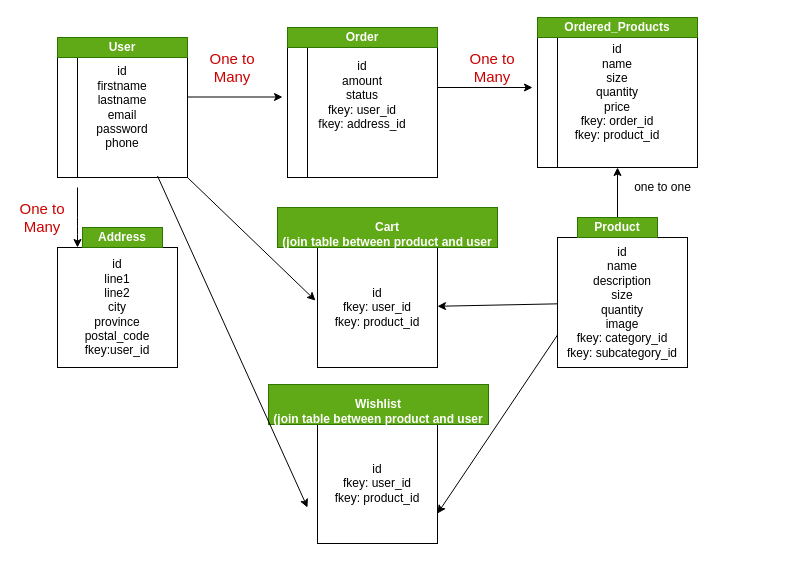
Earlier version of the draw.io diagram Untitled Diagram.drawio (betzmnl03/cluckrapp). Source tidied: cells renumbered, new cells numbered last; positions are measured from the earlier drawing's top-left corner, leaving out a move shared by most shapes. Both pictures are drawn from the tidied source at 100%, with x=0, y=0 at pixel (17, 17).
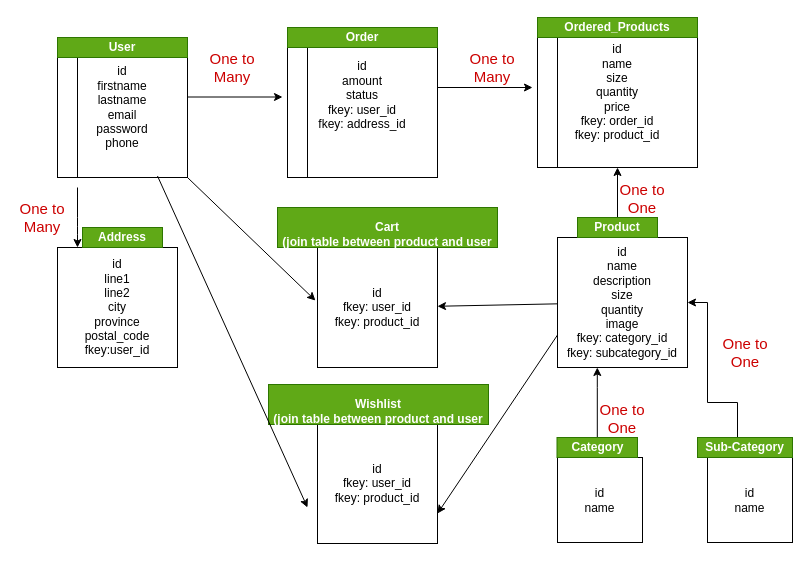
The same page after the edit.

The change refers to these unchanged cells:
```xml
<mxCell id="14" value="&lt;div&gt;id&lt;/div&gt;&lt;div&gt;name&lt;/div&gt;&lt;div&gt;description&lt;/div&gt;&lt;div&gt;size&lt;/div&gt;&lt;div&gt;quantity&lt;/div&gt;&lt;div&gt;image&lt;/div&gt;&lt;div&gt;&lt;div&gt;fkey: category_id&lt;/div&gt;&lt;div&gt;fkey: subcategory_id&lt;/div&gt;&lt;/div&gt;" style="whiteSpace=wrap;html=1;" parent="1" vertex="1">
  <mxGeometry x="540" y="220" width="130" height="130" as="geometry" />
</mxCell>
```

The edit, as a diff of the source:
```diff
@@
-    <mxCell id="18" value="one to one" style="text;html=1;align=center;verticalAlign=middle;" parent="1" vertex="1">
-      <mxGeometry x="610" y="160" width="70" height="20" as="geometry" />
-    </mxCell>
@@
+    <mxCell id="29" value="&lt;font style=&quot;font-size: 15px&quot;&gt;One to One&lt;br&gt;&lt;/font&gt;" style="text;html=1;strokeColor=none;fillColor=none;align=center;verticalAlign=middle;whiteSpace=wrap;rounded=0;fontColor=#CC0000;" parent="1" vertex="1">
+      <mxGeometry x="600" y="180" width="50" as="geometry" />
+    </mxCell>
+    <mxCell id="30" style="edgeStyle=orthogonalEdgeStyle;rounded=0;orthogonalLoop=1;jettySize=auto;html=1;exitX=0.5;exitY=0;exitDx=0;exitDy=0;entryX=0.25;entryY=0;entryDx=0;entryDy=0;fontSize=14;fontColor=#CC0000;" parent="1" edge="1" source="29" target="29">
+      <mxGeometry relative="1" as="geometry" />
+    </mxCell>
+    <mxCell id="31" value="&lt;div&gt;id&lt;/div&gt;&lt;div&gt;name&lt;br&gt;&lt;/div&gt;" style="whiteSpace=wrap;html=1;" parent="1" vertex="1">
+      <mxGeometry x="540" y="440" width="85" height="85" as="geometry" />
+    </mxCell>
+    <mxCell id="32" value="&lt;div&gt;id&lt;/div&gt;&lt;div&gt;name&lt;br&gt;&lt;/div&gt;" style="whiteSpace=wrap;html=1;" parent="1" vertex="1">
+      <mxGeometry x="690" y="440" width="85" height="85" as="geometry" />
+    </mxCell>
+    <mxCell id="33" style="edgeStyle=orthogonalEdgeStyle;rounded=0;jettySize=auto;html=1;entryX=1;entryY=0.5;entryDx=0;entryDy=0;fontSize=14;fontColor=#CC0000;" parent="1" edge="1" source="34" target="14">
+      <mxGeometry relative="1" as="geometry">
+        <Array as="points">
+          <mxPoint x="720" y="385" />
+          <mxPoint x="690" y="385" />
+          <mxPoint x="690" y="285" />
+        </Array>
+      </mxGeometry>
+    </mxCell>
+    <mxCell id="34" value="Sub-Category" style="text;html=1;strokeColor=#2D7600;fillColor=#60a917;align=center;verticalAlign=middle;whiteSpace=wrap;rounded=0;fontStyle=1;fontColor=#ffffff;" parent="1" vertex="1">
+      <mxGeometry x="680" y="420" width="95" height="20" as="geometry" />
+    </mxCell>
+    <mxCell id="35" style="edgeStyle=orthogonalEdgeStyle;rounded=0;jettySize=auto;html=1;fontSize=14;fontColor=#CC0000;" parent="1" edge="1" source="36" target="14">
+      <mxGeometry relative="1" as="geometry">
+        <Array as="points">
+          <mxPoint x="580" y="370" />
+          <mxPoint x="580" y="370" />
+        </Array>
+      </mxGeometry>
+    </mxCell>
+    <mxCell id="36" value="Category" style="text;html=1;strokeColor=#2D7600;fillColor=#60a917;align=center;verticalAlign=middle;whiteSpace=wrap;rounded=0;fontStyle=1;fontColor=#ffffff;" parent="1" vertex="1">
+      <mxGeometry x="539.5" y="420" width="80.5" height="20" as="geometry" />
+    </mxCell>
+    <mxCell id="37" value="&lt;font style=&quot;font-size: 15px&quot;&gt;One to One&lt;br&gt;&lt;/font&gt;" style="text;html=1;strokeColor=none;fillColor=none;align=center;verticalAlign=middle;whiteSpace=wrap;rounded=0;fontColor=#CC0000;" parent="1" vertex="1">
+      <mxGeometry x="580" y="400" width="50" as="geometry" />
+    </mxCell>
+    <mxCell id="38" value="&lt;font style=&quot;font-size: 15px&quot;&gt;One to One&lt;br&gt;&lt;/font&gt;" style="text;html=1;strokeColor=none;fillColor=none;align=center;verticalAlign=middle;whiteSpace=wrap;rounded=0;fontColor=#CC0000;" parent="1" vertex="1">
+      <mxGeometry x="702.5" y="330" width="50" height="10" as="geometry" />
+    </mxCell>
```
